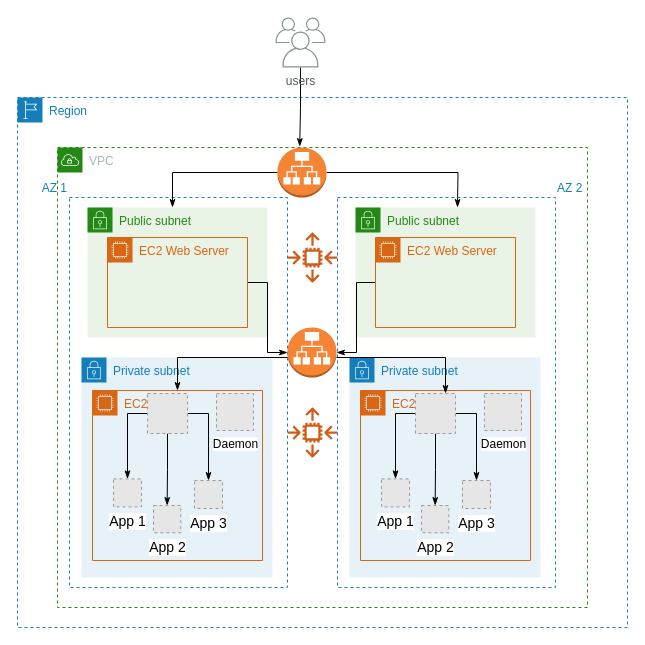
Before: page "L2 Infrastructure Design - Prod" (5 of 6) of Untitled Diagram.drawio in senthilsource/multi-docker, a draw.io diagram. Source tidied: cells renumbered, new cells numbered last; positions are measured from the earlier drawing's top-left corner, leaving out a move shared by most shapes. Both pictures are drawn from the tidied source at 100%, with x=0, y=0 at pixel (17, 17). Pictures stored in the file or linked from it are replaced by grey dashed boxes.
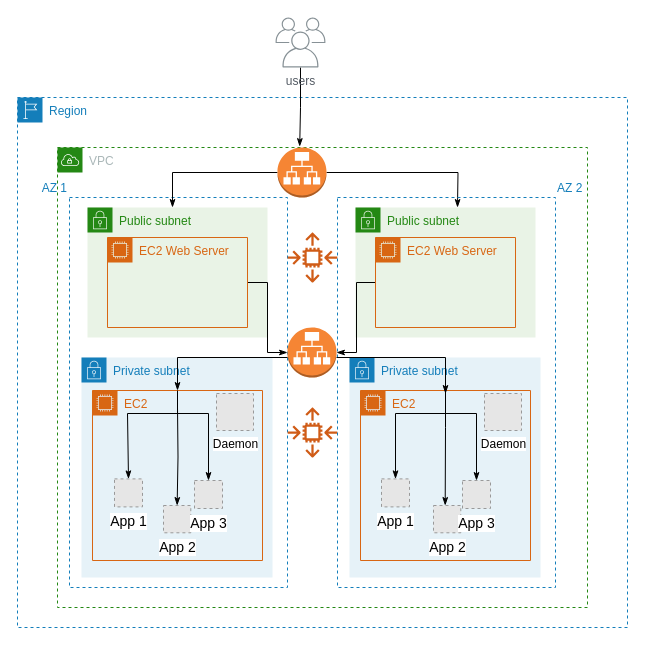
Above is the later version.

The change refers to these unchanged cells:
```xml
<mxCell id="9" value="EC2&amp;nbsp;" style="points=[[0,0],[0.25,0],[0.5,0],[0.75,0],[1,0],[1,0.25],[1,0.5],[1,0.75],[1,1],[0.75,1],[0.5,1],[0.25,1],[0,1],[0,0.75],[0,0.5],[0,0.25]];outlineConnect=0;gradientColor=none;html=1;whiteSpace=wrap;fontSize=12;fontStyle=0;shape=mxgraph.aws4.group;grIcon=mxgraph.aws4.group_ec2_instance_contents;strokeColor=#D86613;fillColor=none;verticalAlign=top;align=left;spacingLeft=30;fontColor=#D86613;dashed=0;dashPattern=1 1;" parent="1" vertex="1">
  <mxGeometry x="75" y="373" width="170" height="170" as="geometry" />
</mxCell>
<mxCell id="19" value="App 1" style="fillColor=#E6E6E6;strokeColor=#999999;dashed=1;html=1;verticalAlign=top;verticalLabelPosition=bottom;labelBackgroundColor=#ffffff;fontSize=14;" parent="18" vertex="1">
  <mxGeometry x="5" y="51.4" width="28" height="28" as="geometry" />
</mxCell>
<mxCell id="21" value="App 3" style="fillColor=#E6E6E6;strokeColor=#999999;dashed=1;html=1;verticalAlign=top;verticalLabelPosition=bottom;labelBackgroundColor=#ffffff;fontSize=14;" parent="1" vertex="1">
  <mxGeometry x="177" y="463" width="28" height="28" as="geometry" />
</mxCell>
<mxCell id="32" value="EC2&amp;nbsp;" style="points=[[0,0],[0.25,0],[0.5,0],[0.75,0],[1,0],[1,0.25],[1,0.5],[1,0.75],[1,1],[0.75,1],[0.5,1],[0.25,1],[0,1],[0,0.75],[0,0.5],[0,0.25]];outlineConnect=0;gradientColor=none;html=1;whiteSpace=wrap;fontSize=12;fontStyle=0;shape=mxgraph.aws4.group;grIcon=mxgraph.aws4.group_ec2_instance_contents;strokeColor=#D86613;fillColor=none;verticalAlign=top;align=left;spacingLeft=30;fontColor=#D86613;dashed=0;dashPattern=1 1;" parent="1" vertex="1">
  <mxGeometry x="343" y="373" width="170" height="170" as="geometry" />
</mxCell>
<mxCell id="37" style="group;" parent="1" vertex="1">
  <mxGeometry x="359" y="410" width="119" height="70" as="geometry" />
</mxCell>
<mxCell id="38" value="App 1" style="fillColor=#E6E6E6;strokeColor=#999999;dashed=1;html=1;verticalAlign=top;verticalLabelPosition=bottom;labelBackgroundColor=#ffffff;fontSize=14;" parent="37" vertex="1">
  <mxGeometry x="5" y="51.4" width="28" height="28" as="geometry" />
</mxCell>
<mxCell id="40" value="App 3" style="fillColor=#E6E6E6;strokeColor=#999999;dashed=1;html=1;verticalAlign=top;verticalLabelPosition=bottom;labelBackgroundColor=#ffffff;fontSize=14;" parent="1" vertex="1">
  <mxGeometry x="445" y="463" width="28" height="28" as="geometry" />
</mxCell>
<mxCell id="44" style="outlineConnect=0;dashed=0;verticalLabelPosition=bottom;verticalAlign=top;align=center;html=1;shape=mxgraph.aws3.application_load_balancer;fillColor=#F58534;gradientColor=none;dashPattern=1 1;strokeWidth=2;fontSize=14;" parent="1" vertex="1">
  <mxGeometry x="270" y="310" width="49" height="50" as="geometry" />
</mxCell>
```

What changed in the source:
```diff
@@
-    <mxCell id="14" style="edgeStyle=orthogonalEdgeStyle;rounded=0;jettySize=auto;html=1;entryX=0.5;entryY=0;entryDx=0;entryDy=0;endArrow=classicThin;endFill=1;strokeWidth=1;fontSize=14;" parent="1" edge="1" source="17" target="19">
+    <mxCell id="14" style="edgeStyle=orthogonalEdgeStyle;rounded=0;jettySize=auto;html=1;entryX=0.5;entryY=0;entryDx=0;entryDy=0;endArrow=classicThin;endFill=1;strokeWidth=1;fontSize=14;exitX=0.5;exitY=0;exitDx=0;exitDy=0;" parent="1" edge="1" source="9" target="19">
       <mxGeometry relative="1" as="geometry">
         <Array as="points">
+          <mxPoint x="160" y="396" />
           <mxPoint x="110" y="396" />
         </Array>
       </mxGeometry>
     </mxCell>
-    <mxCell id="15" style="edgeStyle=orthogonalEdgeStyle;rounded=0;jettySize=auto;html=1;entryX=0.5;entryY=0;entryDx=0;entryDy=0;endArrow=classicThin;endFill=1;strokeWidth=1;fontSize=14;" parent="1" edge="1" source="17" target="21">
+    <mxCell id="15" style="edgeStyle=orthogonalEdgeStyle;rounded=0;jettySize=auto;html=1;entryX=0.5;entryY=0;entryDx=0;entryDy=0;endArrow=classicThin;endFill=1;strokeWidth=1;fontSize=14;" parent="1" edge="1" target="21">
       <mxGeometry relative="1" as="geometry">
+        <mxPoint x="150" y="396" as="sourcePoint" />
         <Array as="points">
           <mxPoint x="191" y="396" />
         </Array>
       </mxGeometry>
     </mxCell>
-    <mxCell id="16" style="edgeStyle=orthogonalEdgeStyle;rounded=0;jettySize=auto;html=1;entryX=0.5;entryY=0;entryDx=0;entryDy=0;endArrow=classicThin;endFill=1;strokeWidth=1;fontSize=14;" parent="1" edge="1" source="17" target="20">
-      <mxGeometry relative="1" as="geometry" />
+    <mxCell id="16" style="edgeStyle=orthogonalEdgeStyle;rounded=0;jettySize=auto;html=1;entryX=0.5;entryY=0;entryDx=0;entryDy=0;endArrow=classicThin;endFill=1;strokeWidth=1;fontSize=14;" parent="1" edge="1" target="20">
+      <mxGeometry relative="1" as="geometry">
+        <mxPoint x="160" y="390" as="sourcePoint" />
+      </mxGeometry>
     </mxCell>
-    <mxCell id="17" style="fillColor=#E6E6E6;strokeColor=#999999;dashed=1;html=1;verticalAlign=top;verticalLabelPosition=bottom;labelBackgroundColor=#ffffff;fontSize=14;" parent="1" vertex="1">
-      <mxGeometry x="130" y="376" width="40" height="40" as="geometry" />
-    </mxCell>
     <mxCell id="18" style="group;" parent="1" vertex="1">
-      <mxGeometry x="91" y="410" width="119" height="70" as="geometry" />
+      <mxGeometry x="92" y="410" width="119" height="70" as="geometry" />
     </mxCell>
@@
     <mxCell id="20" value="App 2" style="fillColor=#E6E6E6;strokeColor=#999999;dashed=1;html=1;verticalAlign=top;verticalLabelPosition=bottom;labelBackgroundColor=#ffffff;fontSize=14;" parent="18" vertex="1">
-      <mxGeometry x="45" y="78" width="27.3" height="27.3" as="geometry" />
+      <mxGeometry x="54" y="78" width="27.3" height="27.3" as="geometry" />
     </mxCell>
@@
-    <mxCell id="33" style="edgeStyle=orthogonalEdgeStyle;rounded=0;jettySize=auto;html=1;entryX=0.5;entryY=0;entryDx=0;entryDy=0;endArrow=classicThin;endFill=1;strokeWidth=1;fontSize=14;" parent="1" edge="1" source="36" target="38">
+    <mxCell id="33" style="edgeStyle=orthogonalEdgeStyle;rounded=0;jettySize=auto;html=1;entryX=0.5;entryY=0;entryDx=0;entryDy=0;endArrow=classicThin;endFill=1;strokeWidth=1;fontSize=14;exitX=0.5;exitY=0;exitDx=0;exitDy=0;" parent="1" edge="1" source="32" target="38">
       <mxGeometry relative="1" as="geometry">
         <Array as="points">
+          <mxPoint x="428" y="396" />
           <mxPoint x="378" y="396" />
         </Array>
       </mxGeometry>
     </mxCell>
-    <mxCell id="34" style="edgeStyle=orthogonalEdgeStyle;rounded=0;jettySize=auto;html=1;entryX=0.5;entryY=0;entryDx=0;entryDy=0;endArrow=classicThin;endFill=1;strokeWidth=1;fontSize=14;" parent="1" edge="1" source="36" target="40">
+    <mxCell id="34" style="edgeStyle=orthogonalEdgeStyle;rounded=0;jettySize=auto;html=1;entryX=0.5;entryY=0;entryDx=0;entryDy=0;endArrow=classicThin;endFill=1;strokeWidth=1;fontSize=14;" parent="1" edge="1" target="40">
       <mxGeometry relative="1" as="geometry">
+        <mxPoint x="420" y="396" as="sourcePoint" />
         <Array as="points">
           <mxPoint x="459" y="396" />
         </Array>
       </mxGeometry>
     </mxCell>
-    <mxCell id="35" style="edgeStyle=orthogonalEdgeStyle;rounded=0;jettySize=auto;html=1;entryX=0.5;entryY=0;entryDx=0;entryDy=0;endArrow=classicThin;endFill=1;strokeWidth=1;fontSize=14;" parent="1" edge="1" source="36" target="39">
-      <mxGeometry relative="1" as="geometry" />
+    <mxCell id="35" style="edgeStyle=orthogonalEdgeStyle;rounded=0;orthogonalLoop=1;jettySize=auto;html=1;entryX=0.5;entryY=0;entryDx=0;entryDy=0;endArrow=classicThin;endFill=1;strokeWidth=1;fontSize=14;" parent="1" edge="1">
+      <mxGeometry relative="1" as="geometry">
+        <mxPoint x="428" y="390" as="sourcePoint" />
+        <mxPoint x="427.7" y="488" as="targetPoint" />
+        <Array as="points">
+          <mxPoint x="428" y="410" />
+          <mxPoint x="428" y="410" />
+        </Array>
+      </mxGeometry>
     </mxCell>
-    <mxCell id="36" style="fillColor=#E6E6E6;strokeColor=#999999;dashed=1;html=1;verticalAlign=top;verticalLabelPosition=bottom;labelBackgroundColor=#ffffff;fontSize=14;" parent="1" vertex="1">
-      <mxGeometry x="398" y="376" width="40" height="40" as="geometry" />
-    </mxCell>
@@
     <mxCell id="39" value="App 2" style="fillColor=#E6E6E6;strokeColor=#999999;dashed=1;html=1;verticalAlign=top;verticalLabelPosition=bottom;labelBackgroundColor=#ffffff;fontSize=14;" parent="37" vertex="1">
-      <mxGeometry x="45" y="78" width="27.3" height="27.3" as="geometry" />
+      <mxGeometry x="57" y="78" width="27.3" height="27.3" as="geometry" />
     </mxCell>
@@
-    <mxCell id="42" style="edgeStyle=orthogonalEdgeStyle;rounded=0;jettySize=auto;html=1;entryX=0.75;entryY=0;entryDx=0;entryDy=0;endArrow=classicThin;endFill=1;strokeWidth=1;fontSize=12;" parent="1" edge="1" source="44" target="36">
+    <mxCell id="42" style="edgeStyle=orthogonalEdgeStyle;rounded=0;jettySize=auto;html=1;entryX=0.75;entryY=0;entryDx=0;entryDy=0;endArrow=classicThin;endFill=1;strokeWidth=1;fontSize=12;" parent="1" edge="1" source="44">
       <mxGeometry relative="1" as="geometry">
+        <mxPoint x="428" y="376" as="targetPoint" />
         <Array as="points">
           <mxPoint x="428" y="340" />
         </Array>
       </mxGeometry>
     </mxCell>
```
